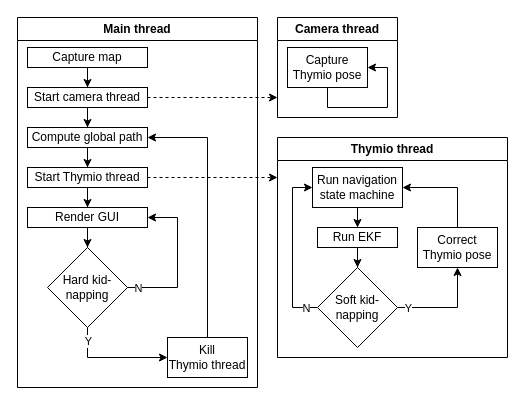
Before: page "overall-logic" (8 of 8) of Code/localnav/diagrams.drawio in kaelmurphy/Micro-452-Project, a draw.io diagram. Source tidied: cells renumbered, new cells numbered last; positions are measured from the earlier drawing's top-left corner, leaving out a move shared by most shapes. Both pictures are drawn from the tidied source at 100%, with x=0, y=0 at pixel (17, 17).
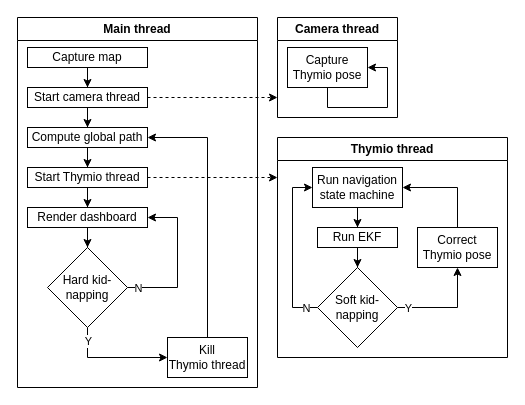
After the change.

Commit message (it also covers changes not shown here):
Updated overall logic diagram

Unchanged cells that the change refers to:
```xml
<mxCell id="2" value="Main thread" style="swimlane;whiteSpace=wrap;html=1;" parent="1" vertex="1">
  <mxGeometry width="240" height="370" as="geometry" />
</mxCell>
```

Diff of the diagram source:
```diff
@@
-    <mxCell id="4" value="Render GUI" style="rounded=0;whiteSpace=wrap;html=1;" parent="2" vertex="1">
+    <mxCell id="4" value="Render dashboard" style="rounded=0;whiteSpace=wrap;html=1;" parent="2" vertex="1">
       <mxGeometry x="10" y="190" width="120" height="20" as="geometry" />
     </mxCell>
```
